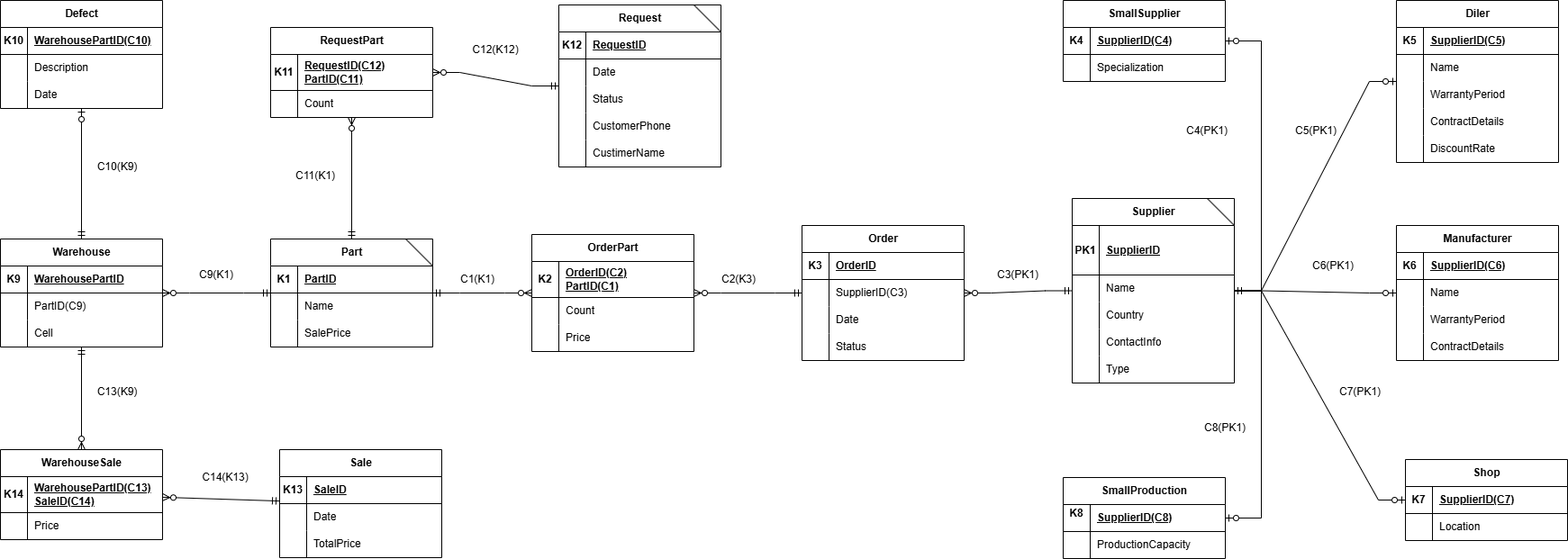
The draw.io diagram База данных магазина автозапчастей.drawio.png in Raviolya/AutoPartsShop, before a commit. Source tidied: cells renumbered, new cells last; positions are measured from the earlier drawing's top-left corner, leaving out a move shared by most shapes.
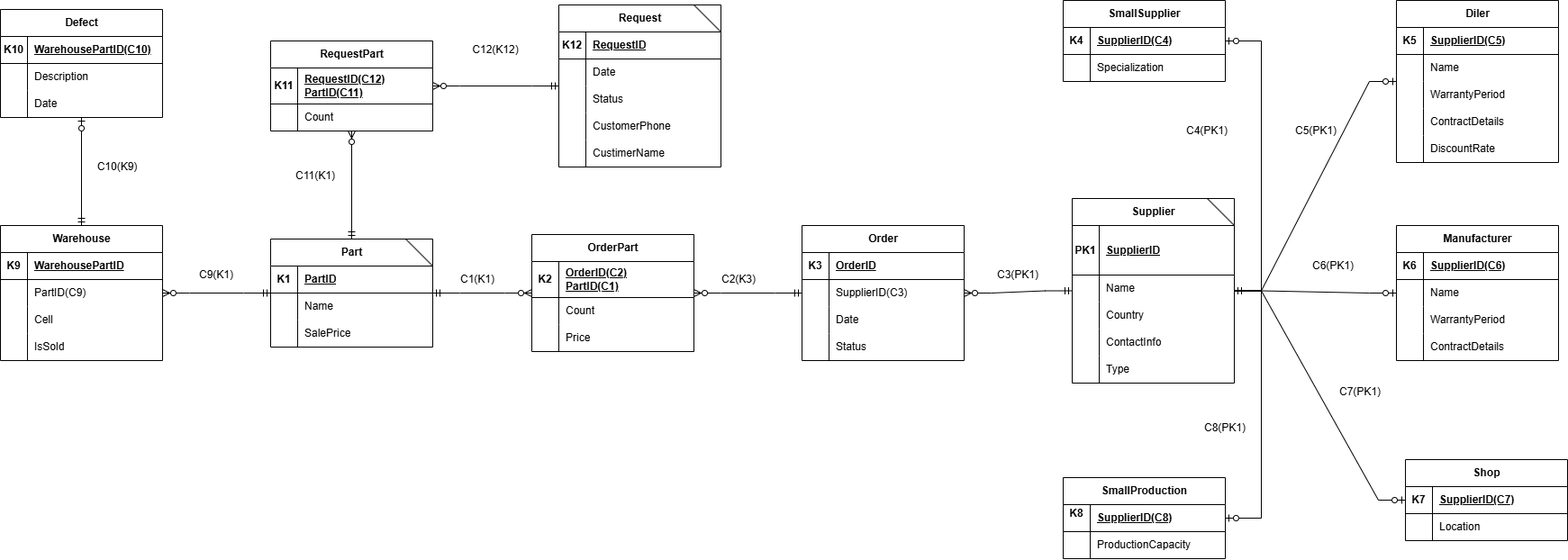
The same file after the commit.

Change to the diagram source:
```diff
@@ -318,7 +318,7 @@
       <mxGeometry x="30" width="150" height="30" as="geometry" />
     </mxCell>
     <mxCell id="107" value="RequestPart" style="shape=table;startSize=30;rowLines=0;fontStyle=1;align=center;html=1;" parent="1" vertex="1">
-      <mxGeometry x="300" y="30" width="180" height="100" as="geometry" />
+      <mxGeometry x="300" y="45" width="180" height="100" as="geometry" />
     </mxCell>
     <mxCell id="108" style="shape=tableRow;horizontal=0;startSize=0;swimlaneHead=0;swimlaneBody=0;fillColor=none;points=[[0,0.5],[1,0.5]];portConstraint=eastwest;top=0;left=0;right=0;bottom=1;" parent="107" vertex="1">
       <mxGeometry y="30" width="180" height="40" as="geometry" />
@@ -339,7 +339,7 @@
       <mxGeometry x="30" width="150" height="30" as="geometry" />
     </mxCell>
     <mxCell id="114" value="Warehouse" style="shape=table;startSize=30;rowLines=0;fontStyle=1;align=center;html=1;" parent="1" vertex="1">
-      <mxGeometry y="265" width="180" height="120" as="geometry" />
+      <mxGeometry y="250" width="180" height="150" as="geometry" />
     </mxCell>
     <mxCell id="115" style="shape=tableRow;horizontal=0;startSize=0;swimlaneHead=0;swimlaneBody=0;fillColor=none;top=0;left=0;right=0;bottom=1;" parent="114" vertex="1">
       <mxGeometry y="30" width="180" height="30" as="geometry" />
@@ -368,8 +368,17 @@
     <mxCell id="123" value="Cell" style="shape=partialRectangle;fillColor=none;top=0;left=0;bottom=0;right=0;align=left;spacingLeft=6;overflow=hidden;whiteSpace=wrap;html=1;" parent="121" vertex="1">
       <mxGeometry x="30" width="150" height="30" as="geometry" />
     </mxCell>
+    <mxCell id="192" style="shape=tableRow;horizontal=0;startSize=0;swimlaneHead=0;swimlaneBody=0;fillColor=none;top=0;left=0;right=0;bottom=0;" parent="114" vertex="1">
+      <mxGeometry y="120" width="180" height="30" as="geometry" />
+    </mxCell>
+    <mxCell id="193" style="shape=partialRectangle;fillColor=none;top=0;left=0;bottom=0;right=0;overflow=hidden;whiteSpace=wrap;html=1;" parent="192" vertex="1">
+      <mxGeometry width="30" height="30" as="geometry" />
+    </mxCell>
+    <mxCell id="194" value="IsSold" style="shape=partialRectangle;fillColor=none;top=0;left=0;bottom=0;right=0;align=left;spacingLeft=6;overflow=hidden;whiteSpace=wrap;html=1;" parent="192" vertex="1">
+      <mxGeometry x="30" width="150" height="30" as="geometry" />
+    </mxCell>
     <mxCell id="124" value="Defect" style="shape=table;startSize=30;rowLines=0;fontStyle=1;align=center;html=1;" parent="1" vertex="1">
-      <mxGeometry width="180" height="120" as="geometry" />
+      <mxGeometry y="10" width="180" height="120" as="geometry" />
     </mxCell>
     <mxCell id="125" style="shape=tableRow;horizontal=0;startSize=0;swimlaneHead=0;swimlaneBody=0;fillColor=none;top=0;left=0;right=0;bottom=1;" parent="124" vertex="1">
       <mxGeometry y="30" width="180" height="30" as="geometry" />
@@ -518,68 +527,5 @@
         <mxPoint x="1340" y="220" as="targetPoint" />
       </mxGeometry>
     </mxCell>
-    <mxCell id="171" value="Sale" style="shape=table;startSize=30;rowLines=0;fontStyle=1;align=center;html=1;" parent="1" vertex="1">
-      <mxGeometry x="310" y="499" width="180" height="120" as="geometry" />
-    </mxCell>
-    <mxCell id="172" style="shape=tableRow;horizontal=0;startSize=0;swimlaneHead=0;swimlaneBody=0;fillColor=none;top=0;left=0;right=0;bottom=1;" parent="171" vertex="1">
-      <mxGeometry y="30" width="180" height="30" as="geometry" />
-    </mxCell>
-    <mxCell id="173" value="K13" style="shape=partialRectangle;fillColor=none;top=0;left=0;bottom=0;right=0;fontStyle=1;overflow=hidden;whiteSpace=wrap;html=1;" parent="172" vertex="1">
-      <mxGeometry width="30" height="30" as="geometry" />
-    </mxCell>
-    <mxCell id="174" value="SaleID" style="shape=partialRectangle;fillColor=none;top=0;left=0;bottom=0;right=0;align=left;spacingLeft=6;fontStyle=5;overflow=hidden;whiteSpace=wrap;html=1;" parent="172" vertex="1">
-      <mxGeometry x="30" width="150" height="30" as="geometry" />
-    </mxCell>
-    <mxCell id="175" style="shape=tableRow;horizontal=0;startSize=0;swimlaneHead=0;swimlaneBody=0;fillColor=none;top=0;left=0;right=0;bottom=0;" parent="171" vertex="1">
-      <mxGeometry y="60" width="180" height="30" as="geometry" />
-    </mxCell>
-    <mxCell id="176" style="shape=partialRectangle;fillColor=none;top=0;left=0;bottom=0;right=0;overflow=hidden;whiteSpace=wrap;html=1;" parent="175" vertex="1">
-      <mxGeometry width="30" height="30" as="geometry" />
-    </mxCell>
-    <mxCell id="177" value="Date" style="shape=partialRectangle;fillColor=none;top=0;left=0;bottom=0;right=0;align=left;spacingLeft=6;overflow=hidden;whiteSpace=wrap;html=1;" parent="175" vertex="1">
-      <mxGeometry x="30" width="150" height="30" as="geometry" />
-    </mxCell>
-    <mxCell id="178" style="shape=tableRow;horizontal=0;startSize=0;swimlaneHead=0;swimlaneBody=0;fillColor=none;top=0;left=0;right=0;bottom=0;" parent="171" vertex="1">
-      <mxGeometry y="90" width="180" height="30" as="geometry" />
-    </mxCell>
-    <mxCell id="179" style="shape=partialRectangle;fillColor=none;top=0;left=0;bottom=0;right=0;overflow=hidden;whiteSpace=wrap;html=1;" parent="178" vertex="1">
-      <mxGeometry width="30" height="30" as="geometry" />
-    </mxCell>
-    <mxCell id="180" value="TotalPrice" style="shape=partialRectangle;fillColor=none;top=0;left=0;bottom=0;right=0;align=left;spacingLeft=6;overflow=hidden;whiteSpace=wrap;html=1;" parent="178" vertex="1">
-      <mxGeometry x="30" width="150" height="30" as="geometry" />
-    </mxCell>
-    <mxCell id="181" value="WarehouseSale" style="shape=table;startSize=30;rowLines=0;fontStyle=1;align=center;html=1;" parent="1" vertex="1">
-      <mxGeometry y="499" width="180" height="100" as="geometry" />
-    </mxCell>
-    <mxCell id="182" style="shape=tableRow;horizontal=0;startSize=0;swimlaneHead=0;swimlaneBody=0;fillColor=none;top=0;left=0;right=0;bottom=1;" parent="181" vertex="1">
-      <mxGeometry y="30" width="180" height="40" as="geometry" />
-    </mxCell>
-    <mxCell id="183" value="K14" style="shape=partialRectangle;fillColor=none;top=0;left=0;bottom=0;right=0;fontStyle=1;overflow=hidden;whiteSpace=wrap;html=1;" parent="182" vertex="1">
-      <mxGeometry width="30" height="40" as="geometry" />
-    </mxCell>
-    <mxCell id="184" value="WarehousePartID(С13)&lt;div&gt;SaleID(С14)&lt;/div&gt;" style="shape=partialRectangle;fillColor=none;top=0;left=0;bottom=0;right=0;align=left;spacingLeft=6;fontStyle=5;overflow=hidden;whiteSpace=wrap;html=1;" parent="182" vertex="1">
-      <mxGeometry x="30" width="150" height="40" as="geometry" />
-    </mxCell>
-    <mxCell id="185" style="shape=tableRow;horizontal=0;startSize=0;swimlaneHead=0;swimlaneBody=0;fillColor=none;top=0;left=0;right=0;bottom=0;" parent="181" vertex="1">
-      <mxGeometry y="70" width="180" height="30" as="geometry" />
-    </mxCell>
-    <mxCell id="186" style="shape=partialRectangle;fillColor=none;top=0;left=0;bottom=0;right=0;overflow=hidden;whiteSpace=wrap;html=1;" parent="185" vertex="1">
-      <mxGeometry width="30" height="30" as="geometry" />
-    </mxCell>
-    <mxCell id="187" value="Price" style="shape=partialRectangle;fillColor=none;top=0;left=0;bottom=0;right=0;align=left;spacingLeft=6;overflow=hidden;whiteSpace=wrap;html=1;" parent="185" vertex="1">
-      <mxGeometry x="30" width="150" height="30" as="geometry" />
-    </mxCell>
-    <mxCell id="188" style="fontSize=12;html=1;endArrow=ERzeroToMany;startArrow=ERmandOne;rounded=0;" parent="1" edge="1" source="171" target="181">
-      <mxGeometry relative="1" as="geometry" />
-    </mxCell>
-    <mxCell id="189" style="fontSize=12;html=1;endArrow=ERzeroToMany;startArrow=ERmandOne;rounded=0;" parent="1" edge="1" source="114" target="181">
-      <mxGeometry relative="1" as="geometry" />
-    </mxCell>
-    <mxCell id="190" value="С13(K9)" style="text;html=1;align=center;verticalAlign=middle;whiteSpace=wrap;rounded=0;" parent="1" vertex="1">
-      <mxGeometry x="100" y="420" width="60" height="30" as="geometry" />
-    </mxCell>
-    <mxCell id="191" value="С14(K13)" style="text;html=1;align=center;verticalAlign=middle;whiteSpace=wrap;rounded=0;" parent="1" vertex="1">
-      <mxGeometry x="220" y="515" width="60" height="30" as="geometry" />
-    </mxCell>
   </root>
 </mxGraphModel>
```
